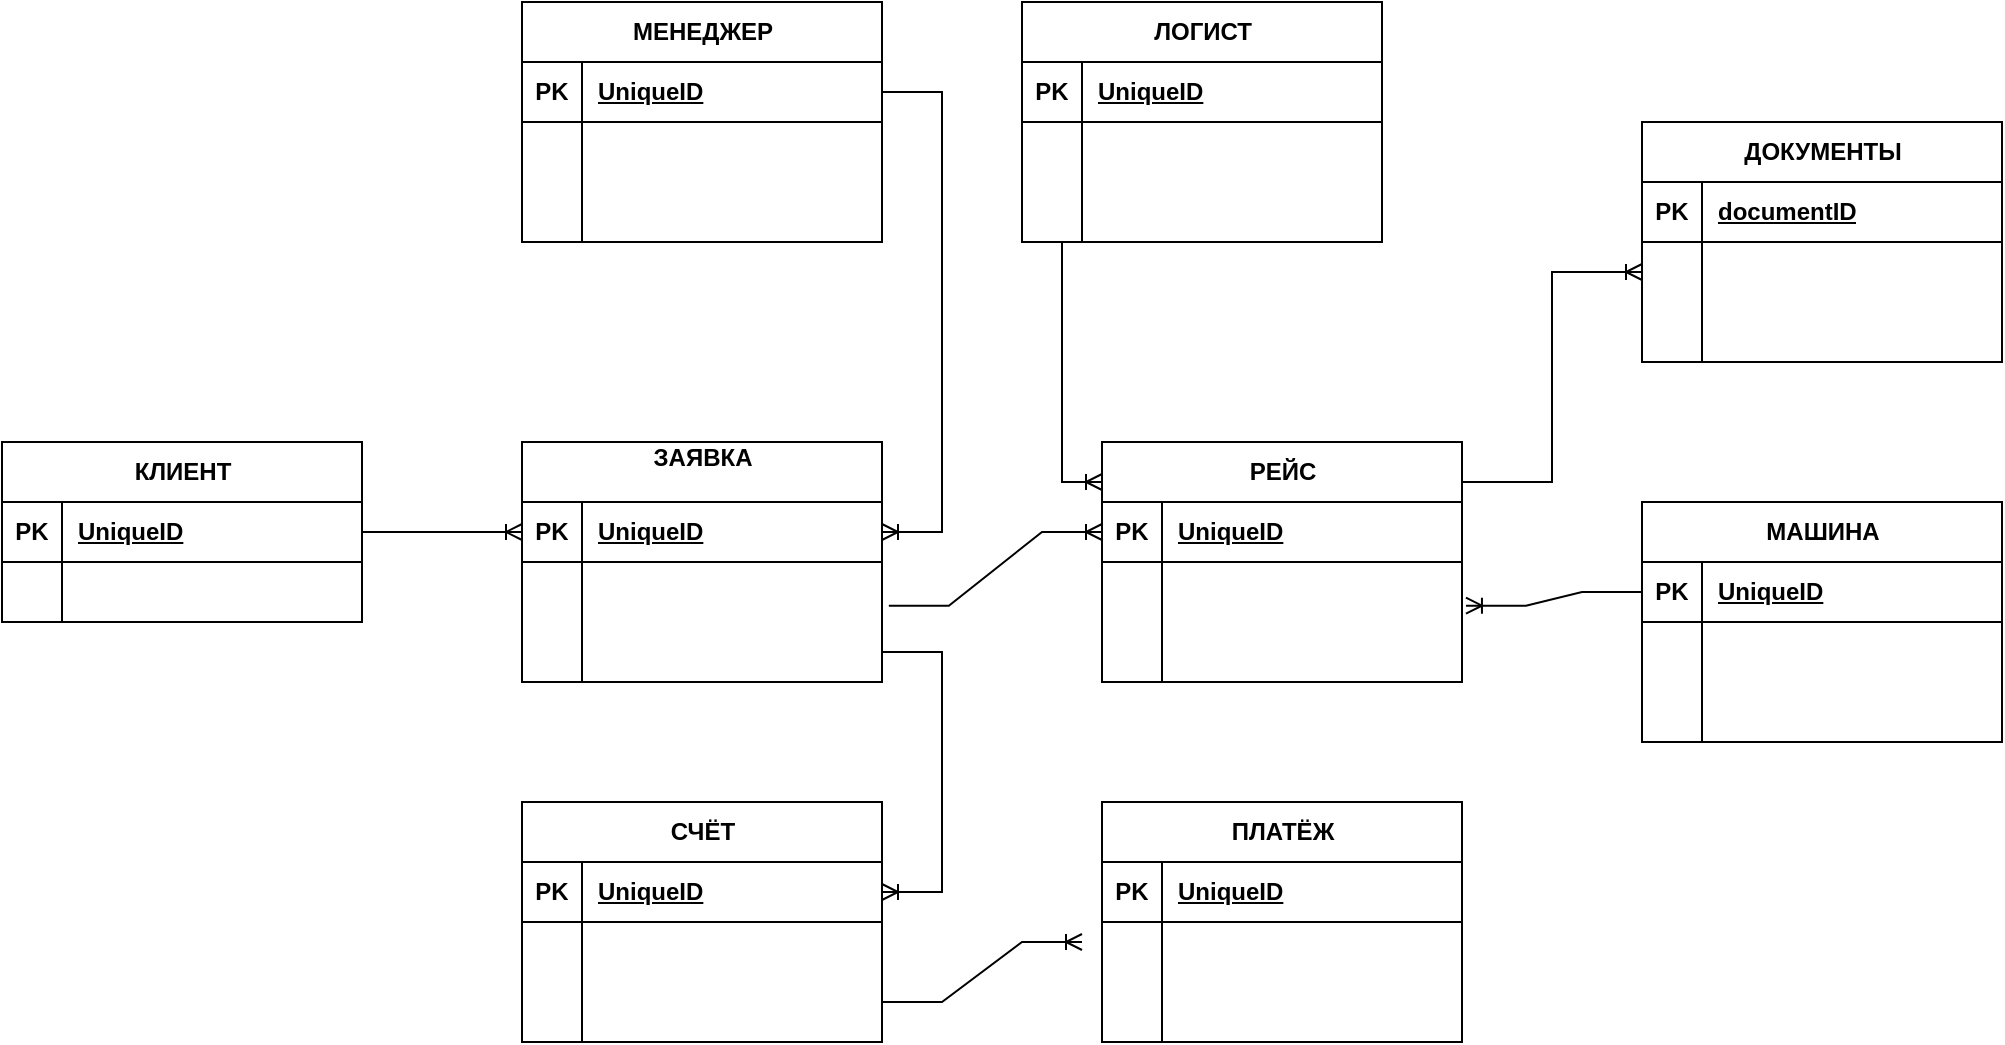
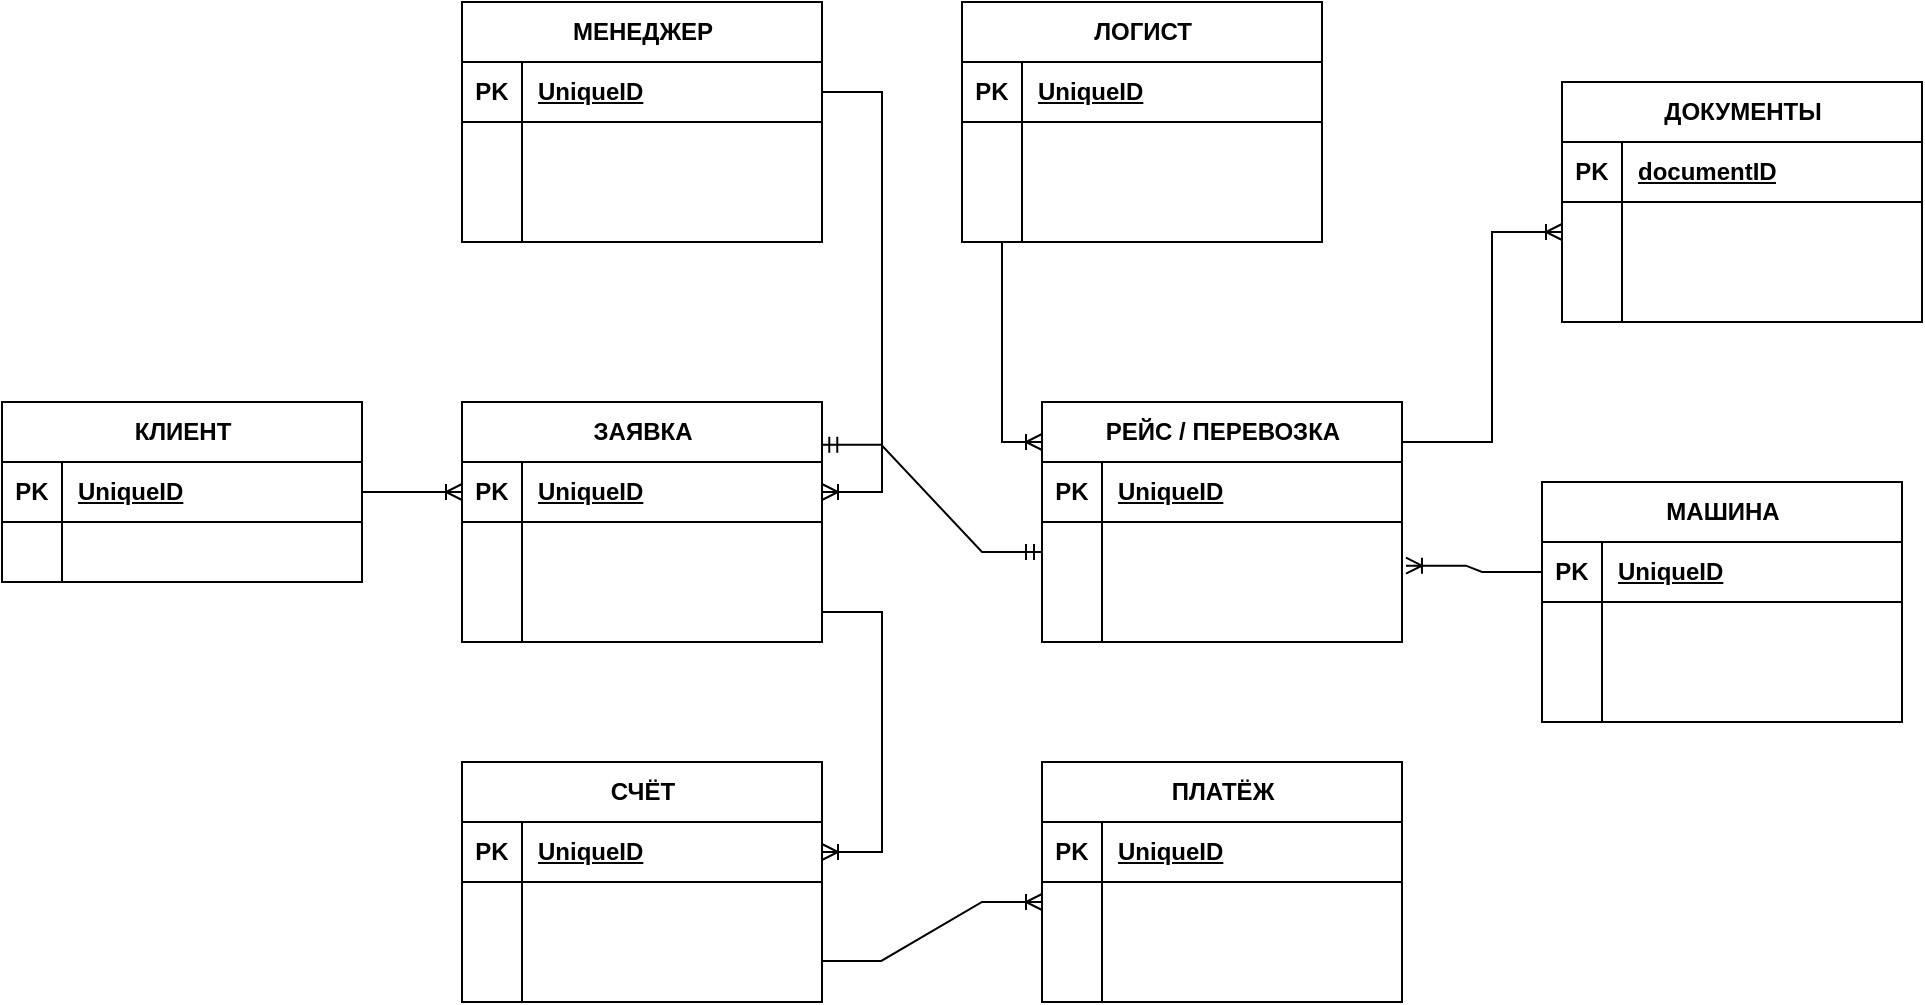
<mxfile host="app.diagrams.net" agent="Mozilla/5.0 (Windows NT 10.0; Win64; x64) AppleWebKit/537.36 (KHTML, like Gecko) Chrome/147.0.0.0 Safari/537.36">
  <diagram id="R2lEEEUBdFMjLlhIrx00" name="Page-1">
-     <mxGraphModel dx="1979" dy="2050" grid="1" gridSize="10" guides="1" tooltips="1" connect="1" arrows="1" fold="1" page="1" pageScale="1" pageWidth="850" pageHeight="1100" math="0" shadow="0" extFonts="Permanent Marker^https://fonts.googleapis.com/css?family=Permanent+Marker">
+     <mxGraphModel dx="1619" dy="777" grid="1" gridSize="10" guides="1" tooltips="1" connect="1" arrows="1" fold="1" page="1" pageScale="1" pageWidth="850" pageHeight="1100" math="0" shadow="0" extFonts="Permanent Marker^https://fonts.googleapis.com/css?family=Permanent+Marker">
      <root>
        <mxCell id="0" />
        <mxCell id="1" parent="0" />
        <mxCell id="3OCup9Mj8i4Q2o5QPUCX-1" parent="1" style="shape=table;startSize=30;container=1;collapsible=1;childLayout=tableLayout;fixedRows=1;rowLines=0;fontStyle=1;align=center;resizeLast=1;html=1;" value="КЛИЕНТ" vertex="1">
-           <mxGeometry height="90" width="180" x="520" y="200" as="geometry" />
+           <mxGeometry height="90" width="180" x="550" y="220" as="geometry" />
        </mxCell>
        <mxCell id="3OCup9Mj8i4Q2o5QPUCX-2" parent="3OCup9Mj8i4Q2o5QPUCX-1" style="shape=tableRow;horizontal=0;startSize=0;swimlaneHead=0;swimlaneBody=0;fillColor=none;collapsible=0;dropTarget=0;points=[[0,0.5],[1,0.5]];portConstraint=eastwest;top=0;left=0;right=0;bottom=1;" value="" vertex="1">
          <mxGeometry height="30" width="180" y="30" as="geometry" />
        </mxCell>
        <mxCell id="3OCup9Mj8i4Q2o5QPUCX-3" parent="3OCup9Mj8i4Q2o5QPUCX-2" style="shape=partialRectangle;connectable=0;fillColor=none;top=0;left=0;bottom=0;right=0;fontStyle=1;overflow=hidden;whiteSpace=wrap;html=1;" value="PK" vertex="1">
          <mxGeometry height="30" width="30" as="geometry">
            <mxRectangle height="30" width="30" as="alternateBounds" />
          </mxGeometry>
        </mxCell>
        <mxCell id="3OCup9Mj8i4Q2o5QPUCX-4" parent="3OCup9Mj8i4Q2o5QPUCX-2" style="shape=partialRectangle;connectable=0;fillColor=none;top=0;left=0;bottom=0;right=0;align=left;spacingLeft=6;fontStyle=5;overflow=hidden;whiteSpace=wrap;html=1;" value="UniqueID" vertex="1">
          <mxGeometry height="30" width="150" x="30" as="geometry">
            <mxRectangle height="30" width="150" as="alternateBounds" />
          </mxGeometry>
        </mxCell>
        <mxCell id="3OCup9Mj8i4Q2o5QPUCX-5" parent="3OCup9Mj8i4Q2o5QPUCX-1" style="shape=tableRow;horizontal=0;startSize=0;swimlaneHead=0;swimlaneBody=0;fillColor=none;collapsible=0;dropTarget=0;points=[[0,0.5],[1,0.5]];portConstraint=eastwest;top=0;left=0;right=0;bottom=0;" value="" vertex="1">
          <mxGeometry height="30" width="180" y="60" as="geometry" />
        </mxCell>
        <mxCell id="3OCup9Mj8i4Q2o5QPUCX-6" parent="3OCup9Mj8i4Q2o5QPUCX-5" style="shape=partialRectangle;connectable=0;fillColor=none;top=0;left=0;bottom=0;right=0;editable=1;overflow=hidden;whiteSpace=wrap;html=1;" value="" vertex="1">
          <mxGeometry height="30" width="30" as="geometry">
            <mxRectangle height="30" width="30" as="alternateBounds" />
          </mxGeometry>
        </mxCell>
        <mxCell id="3OCup9Mj8i4Q2o5QPUCX-7" parent="3OCup9Mj8i4Q2o5QPUCX-5" style="shape=partialRectangle;connectable=0;fillColor=none;top=0;left=0;bottom=0;right=0;align=left;spacingLeft=6;overflow=hidden;whiteSpace=wrap;html=1;" value="" vertex="1">
          <mxGeometry height="30" width="150" x="30" as="geometry">
            <mxRectangle height="30" width="150" as="alternateBounds" />
          </mxGeometry>
        </mxCell>
-         <mxCell id="3OCup9Mj8i4Q2o5QPUCX-14" parent="1" style="shape=table;startSize=30;container=1;collapsible=1;childLayout=tableLayout;fixedRows=1;rowLines=0;fontStyle=1;align=center;resizeLast=1;html=1;" value="ЗАЯВКА&lt;div&gt;&lt;br&gt;&lt;/div&gt;" vertex="1">
-           <mxGeometry height="120" width="180" x="780" y="200" as="geometry" />
+         <mxCell id="3OCup9Mj8i4Q2o5QPUCX-14" parent="1" style="shape=table;startSize=30;container=1;collapsible=1;childLayout=tableLayout;fixedRows=1;rowLines=0;fontStyle=1;align=center;resizeLast=1;html=1;" value="ЗАЯВКА" vertex="1">
+           <mxGeometry height="120" width="180" x="780" y="220" as="geometry" />
        </mxCell>
        <mxCell id="3OCup9Mj8i4Q2o5QPUCX-15" parent="3OCup9Mj8i4Q2o5QPUCX-14" style="shape=tableRow;horizontal=0;startSize=0;swimlaneHead=0;swimlaneBody=0;fillColor=none;collapsible=0;dropTarget=0;points=[[0,0.5],[1,0.5]];portConstraint=eastwest;top=0;left=0;right=0;bottom=1;" value="" vertex="1">
          <mxGeometry height="30" width="180" y="30" as="geometry" />
        </mxCell>
        <mxCell id="3OCup9Mj8i4Q2o5QPUCX-16" parent="3OCup9Mj8i4Q2o5QPUCX-15" style="shape=partialRectangle;connectable=0;fillColor=none;top=0;left=0;bottom=0;right=0;fontStyle=1;overflow=hidden;whiteSpace=wrap;html=1;" value="PK" vertex="1">
          <mxGeometry height="30" width="30" as="geometry">
            <mxRectangle height="30" width="30" as="alternateBounds" />
          </mxGeometry>
        </mxCell>
        <mxCell id="3OCup9Mj8i4Q2o5QPUCX-17" parent="3OCup9Mj8i4Q2o5QPUCX-15" style="shape=partialRectangle;connectable=0;fillColor=none;top=0;left=0;bottom=0;right=0;align=left;spacingLeft=6;fontStyle=5;overflow=hidden;whiteSpace=wrap;html=1;" value="UniqueID" vertex="1">
          <mxGeometry height="30" width="150" x="30" as="geometry">
            <mxRectangle height="30" width="150" as="alternateBounds" />
          </mxGeometry>
        </mxCell>
        <mxCell id="3OCup9Mj8i4Q2o5QPUCX-18" parent="3OCup9Mj8i4Q2o5QPUCX-14" style="shape=tableRow;horizontal=0;startSize=0;swimlaneHead=0;swimlaneBody=0;fillColor=none;collapsible=0;dropTarget=0;points=[[0,0.5],[1,0.5]];portConstraint=eastwest;top=0;left=0;right=0;bottom=0;" value="" vertex="1">
          <mxGeometry height="30" width="180" y="60" as="geometry" />
        </mxCell>
        <mxCell id="3OCup9Mj8i4Q2o5QPUCX-19" parent="3OCup9Mj8i4Q2o5QPUCX-18" style="shape=partialRectangle;connectable=0;fillColor=none;top=0;left=0;bottom=0;right=0;editable=1;overflow=hidden;whiteSpace=wrap;html=1;" value="" vertex="1">
          <mxGeometry height="30" width="30" as="geometry">
            <mxRectangle height="30" width="30" as="alternateBounds" />
          </mxGeometry>
        </mxCell>
        <mxCell id="3OCup9Mj8i4Q2o5QPUCX-20" parent="3OCup9Mj8i4Q2o5QPUCX-18" style="shape=partialRectangle;connectable=0;fillColor=none;top=0;left=0;bottom=0;right=0;align=left;spacingLeft=6;overflow=hidden;whiteSpace=wrap;html=1;" value="" vertex="1">
          <mxGeometry height="30" width="150" x="30" as="geometry">
            <mxRectangle height="30" width="150" as="alternateBounds" />
          </mxGeometry>
        </mxCell>
        <mxCell id="3OCup9Mj8i4Q2o5QPUCX-24" parent="3OCup9Mj8i4Q2o5QPUCX-14" style="shape=tableRow;horizontal=0;startSize=0;swimlaneHead=0;swimlaneBody=0;fillColor=none;collapsible=0;dropTarget=0;points=[[0,0.5],[1,0.5]];portConstraint=eastwest;top=0;left=0;right=0;bottom=0;" value="" vertex="1">
          <mxGeometry height="30" width="180" y="90" as="geometry" />
        </mxCell>
        <mxCell id="3OCup9Mj8i4Q2o5QPUCX-25" parent="3OCup9Mj8i4Q2o5QPUCX-24" style="shape=partialRectangle;connectable=0;fillColor=none;top=0;left=0;bottom=0;right=0;editable=1;overflow=hidden;whiteSpace=wrap;html=1;" value="" vertex="1">
          <mxGeometry height="30" width="30" as="geometry">
            <mxRectangle height="30" width="30" as="alternateBounds" />
          </mxGeometry>
        </mxCell>
        <mxCell id="3OCup9Mj8i4Q2o5QPUCX-26" parent="3OCup9Mj8i4Q2o5QPUCX-24" style="shape=partialRectangle;connectable=0;fillColor=none;top=0;left=0;bottom=0;right=0;align=left;spacingLeft=6;overflow=hidden;whiteSpace=wrap;html=1;" value="" vertex="1">
          <mxGeometry height="30" width="150" x="30" as="geometry">
            <mxRectangle height="30" width="150" as="alternateBounds" />
          </mxGeometry>
        </mxCell>
        <mxCell id="3OCup9Mj8i4Q2o5QPUCX-27" parent="1" style="shape=table;startSize=30;container=1;collapsible=1;childLayout=tableLayout;fixedRows=1;rowLines=0;fontStyle=1;align=center;resizeLast=1;html=1;" value="СЧЁТ" vertex="1">
-           <mxGeometry height="120" width="180" x="780" y="380" as="geometry" />
+           <mxGeometry height="120" width="180" x="780" y="400" as="geometry" />
        </mxCell>
        <mxCell id="3OCup9Mj8i4Q2o5QPUCX-28" parent="3OCup9Mj8i4Q2o5QPUCX-27" style="shape=tableRow;horizontal=0;startSize=0;swimlaneHead=0;swimlaneBody=0;fillColor=none;collapsible=0;dropTarget=0;points=[[0,0.5],[1,0.5]];portConstraint=eastwest;top=0;left=0;right=0;bottom=1;" value="" vertex="1">
          <mxGeometry height="30" width="180" y="30" as="geometry" />
        </mxCell>
        <mxCell id="3OCup9Mj8i4Q2o5QPUCX-29" parent="3OCup9Mj8i4Q2o5QPUCX-28" style="shape=partialRectangle;connectable=0;fillColor=none;top=0;left=0;bottom=0;right=0;fontStyle=1;overflow=hidden;whiteSpace=wrap;html=1;" value="PK" vertex="1">
          <mxGeometry height="30" width="30" as="geometry">
            <mxRectangle height="30" width="30" as="alternateBounds" />
          </mxGeometry>
        </mxCell>
        <mxCell id="3OCup9Mj8i4Q2o5QPUCX-30" parent="3OCup9Mj8i4Q2o5QPUCX-28" style="shape=partialRectangle;connectable=0;fillColor=none;top=0;left=0;bottom=0;right=0;align=left;spacingLeft=6;fontStyle=5;overflow=hidden;whiteSpace=wrap;html=1;" value="UniqueID" vertex="1">
          <mxGeometry height="30" width="150" x="30" as="geometry">
            <mxRectangle height="30" width="150" as="alternateBounds" />
          </mxGeometry>
        </mxCell>
        <mxCell id="3OCup9Mj8i4Q2o5QPUCX-31" parent="3OCup9Mj8i4Q2o5QPUCX-27" style="shape=tableRow;horizontal=0;startSize=0;swimlaneHead=0;swimlaneBody=0;fillColor=none;collapsible=0;dropTarget=0;points=[[0,0.5],[1,0.5]];portConstraint=eastwest;top=0;left=0;right=0;bottom=0;" value="" vertex="1">
          <mxGeometry height="30" width="180" y="60" as="geometry" />
        </mxCell>
        <mxCell id="3OCup9Mj8i4Q2o5QPUCX-32" parent="3OCup9Mj8i4Q2o5QPUCX-31" style="shape=partialRectangle;connectable=0;fillColor=none;top=0;left=0;bottom=0;right=0;editable=1;overflow=hidden;whiteSpace=wrap;html=1;" value="" vertex="1">
          <mxGeometry height="30" width="30" as="geometry">
            <mxRectangle height="30" width="30" as="alternateBounds" />
          </mxGeometry>
        </mxCell>
        <mxCell id="3OCup9Mj8i4Q2o5QPUCX-33" parent="3OCup9Mj8i4Q2o5QPUCX-31" style="shape=partialRectangle;connectable=0;fillColor=none;top=0;left=0;bottom=0;right=0;align=left;spacingLeft=6;overflow=hidden;whiteSpace=wrap;html=1;" value="" vertex="1">
          <mxGeometry height="30" width="150" x="30" as="geometry">
            <mxRectangle height="30" width="150" as="alternateBounds" />
          </mxGeometry>
        </mxCell>
        <mxCell id="3OCup9Mj8i4Q2o5QPUCX-34" parent="3OCup9Mj8i4Q2o5QPUCX-27" style="shape=tableRow;horizontal=0;startSize=0;swimlaneHead=0;swimlaneBody=0;fillColor=none;collapsible=0;dropTarget=0;points=[[0,0.5],[1,0.5]];portConstraint=eastwest;top=0;left=0;right=0;bottom=0;" value="" vertex="1">
          <mxGeometry height="30" width="180" y="90" as="geometry" />
        </mxCell>
        <mxCell id="3OCup9Mj8i4Q2o5QPUCX-35" parent="3OCup9Mj8i4Q2o5QPUCX-34" style="shape=partialRectangle;connectable=0;fillColor=none;top=0;left=0;bottom=0;right=0;editable=1;overflow=hidden;whiteSpace=wrap;html=1;" value="" vertex="1">
          <mxGeometry height="30" width="30" as="geometry">
            <mxRectangle height="30" width="30" as="alternateBounds" />
          </mxGeometry>
        </mxCell>
        <mxCell id="3OCup9Mj8i4Q2o5QPUCX-36" parent="3OCup9Mj8i4Q2o5QPUCX-34" style="shape=partialRectangle;connectable=0;fillColor=none;top=0;left=0;bottom=0;right=0;align=left;spacingLeft=6;overflow=hidden;whiteSpace=wrap;html=1;" value="" vertex="1">
          <mxGeometry height="30" width="150" x="30" as="geometry">
            <mxRectangle height="30" width="150" as="alternateBounds" />
          </mxGeometry>
        </mxCell>
-         <mxCell id="3OCup9Mj8i4Q2o5QPUCX-40" parent="1" style="shape=table;startSize=30;container=1;collapsible=1;childLayout=tableLayout;fixedRows=1;rowLines=0;fontStyle=1;align=center;resizeLast=1;html=1;" value="РЕЙС&lt;span style=&quot;color: rgba(0, 0, 0, 0); font-family: monospace; font-size: 0px; font-weight: 400; text-align: start;&quot;&gt;%3CmxGraphModel%3E%3Croot%3E%3CmxCell%20id%3D%220%22%2F%3E%3CmxCell%20id%3D%221%22%20parent%3D%220%22%2F%3E%3CmxCell%20id%3D%222%22%20parent%3D%221%22%20style%3D%22shape%3Dtable%3BstartSize%3D30%3Bcontainer%3D1%3Bcollapsible%3D1%3BchildLayout%3DtableLayout%3BfixedRows%3D1%3BrowLines%3D0%3BfontStyle%3D1%3Balign%3Dcenter%3BresizeLast%3D1%3Bhtml%3D1%3B%22%20value%3D%22%D0%9A%D0%9B%D0%98%D0%95%D0%9D%D0%A2%22%20vertex%3D%221%22%3E%3CmxGeometry%20height%3D%22150%22%20width%3D%22180%22%20x%3D%2270%22%20y%3D%22410%22%20as%3D%22geometry%22%2F%3E%3C%2FmxCell%3E%3CmxCell%20id%3D%223%22%20parent%3D%222%22%20style%3D%22shape%3DtableRow%3Bhorizontal%3D0%3BstartSize%3D0%3BswimlaneHead%3D0%3BswimlaneBody%3D0%3BfillColor%3Dnone%3Bcollapsible%3D0%3BdropTarget%3D0%3Bpoints%3D%5B%5B0%2C0.5%5D%2C%5B1%2C0.5%5D%5D%3BportConstraint%3Deastwest%3Btop%3D0%3Bleft%3D0%3Bright%3D0%3Bbottom%3D1%3B%22%20value%3D%22%22%20vertex%3D%221%22%3E%3CmxGeometry%20height%3D%2230%22%20width%3D%22180%22%20y%3D%2230%22%20as%3D%22geometry%22%2F%3E%3C%2FmxCell%3E%3CmxCell%20id%3D%224%22%20parent%3D%223%22%20style%3D%22shape%3DpartialRectangle%3Bconnectable%3D0%3BfillColor%3Dnone%3Btop%3D0%3Bleft%3D0%3Bbottom%3D0%3Bright%3D0%3BfontStyle%3D1%3Boverflow%3Dhidden%3BwhiteSpace%3Dwrap%3Bhtml%3D1%3B%22%20value%3D%22PK%22%20vertex%3D%221%22%3E%3CmxGeometry%20height%3D%2230%22%20width%3D%2230%22%20as%3D%22geometry%22%3E%3CmxRectangle%20height%3D%2230%22%20width%3D%2230%22%20as%3D%22alternateBounds%22%2F%3E%3C%2FmxGeometry%3E%3C%2FmxCell%3E%3CmxCell%20id%3D%225%22%20parent%3D%223%22%20style%3D%22shape%3DpartialRectangle%3Bconnectable%3D0%3BfillColor%3Dnone%3Btop%3D0%3Bleft%3D0%3Bbottom%3D0%3Bright%3D0%3Balign%3Dleft%3BspacingLeft%3D6%3BfontStyle%3D5%3Boverflow%3Dhidden%3BwhiteSpace%3Dwrap%3Bhtml%3D1%3B%22%20value%3D%22UniqueID%22%20vertex%3D%221%22%3E%3CmxGeometry%20height%3D%2230%22%20width%3D%22150%22%20x%3D%2230%22%20as%3D%22geometry%22%3E%3CmxRectangle%20height%3D%2230%22%20width%3D%22150%22%20as%3D%22alternateBounds%22%2F%3E%3C%2FmxGeometry%3E%3C%2FmxCell%3E%3CmxCell%20id%3D%226%22%20parent%3D%222%22%20style%3D%22shape%3DtableRow%3Bhorizontal%3D0%3BstartSize%3D0%3BswimlaneHead%3D0%3BswimlaneBody%3D0%3BfillColor%3Dnone%3Bcollapsible%3D0%3BdropTarget%3D0%3Bpoints%3D%5B%5B0%2C0.5%5D%2C%5B1%2C0.5%5D%5D%3BportConstraint%3Deastwest%3Btop%3D0%3Bleft%3D0%3Bright%3D0%3Bbottom%3D0%3B%22%20value%3D%22%22%20vertex%3D%221%22%3E%3CmxGeometry%20height%3D%2230%22%20width%3D%22180%22%20y%3D%2260%22%20as%3D%22geometry%22%2F%3E%3C%2FmxCell%3E%3CmxCell%20id%3D%227%22%20parent%3D%226%22%20style%3D%22shape%3DpartialRectangle%3Bconnectable%3D0%3BfillColor%3Dnone%3Btop%3D0%3Bleft%3D0%3Bbottom%3D0%3Bright%3D0%3Beditable%3D1%3Boverflow%3Dhidden%3BwhiteSpace%3Dwrap%3Bhtml%3D1%3B%22%20value%3D%22%22%20vertex%3D%221%22%3E%3CmxGeometry%20height%3D%2230%22%20width%3D%2230%22%20as%3D%22geometry%22%3E%3CmxRectangle%20height%3D%2230%22%20width%3D%2230%22%20as%3D%22alternateBounds%22%2F%3E%3C%2FmxGeometry%3E%3C%2FmxCell%3E%3CmxCell%20id%3D%228%22%20parent%3D%226%22%20style%3D%22shape%3DpartialRectangle%3Bconnectable%3D0%3BfillColor%3Dnone%3Btop%3D0%3Bleft%3D0%3Bbottom%3D0%3Bright%3D0%3Balign%3Dleft%3BspacingLeft%3D6%3Boverflow%3Dhidden%3BwhiteSpace%3Dwrap%3Bhtml%3D1%3B%22%20value%3D%22Row%201%22%20vertex%3D%221%22%3E%3CmxGeometry%20height%3D%2230%22%20width%3D%22150%22%20x%3D%2230%22%20as%3D%22geometry%22%3E%3CmxRectangle%20height%3D%2230%22%20width%3D%22150%22%20as%3D%22alternateBounds%22%2F%3E%3C%2FmxGeometry%3E%3C%2FmxCell%3E%3CmxCell%20id%3D%229%22%20parent%3D%222%22%20style%3D%22shape%3DtableRow%3Bhorizontal%3D0%3BstartSize%3D0%3BswimlaneHead%3D0%3BswimlaneBody%3D0%3BfillColor%3Dnone%3Bcollapsible%3D0%3BdropTarget%3D0%3Bpoints%3D%5B%5B0%2C0.5%5D%2C%5B1%2C0.5%5D%5D%3BportConstraint%3Deastwest%3Btop%3D0%3Bleft%3D0%3Bright%3D0%3Bbottom%3D0%3B%22%20value%3D%22%22%20vertex%3D%221%22%3E%3CmxGeometry%20height%3D%2230%22%20width%3D%22180%22%20y%3D%2290%22%20as%3D%22geometry%22%2F%3E%3C%2FmxCell%3E%3CmxCell%20id%3D%2210%22%20parent%3D%229%22%20style%3D%22shape%3DpartialRectangle%3Bconnectable%3D0%3BfillColor%3Dnone%3Btop%3D0%3Bleft%3D0%3Bbottom%3D0%3Bright%3D0%3Beditable%3D1%3Boverflow%3Dhidden%3BwhiteSpace%3Dwrap%3Bhtml%3D1%3B%22%20value%3D%22%22%20vertex%3D%221%22%3E%3CmxGeometry%20height%3D%2230%22%20width%3D%2230%22%20as%3D%22geometry%22%3E%3CmxRectangle%20height%3D%2230%22%20width%3D%2230%22%20as%3D%22alternateBounds%22%2F%3E%3C%2FmxGeometry%3E%3C%2FmxCell%3E%3CmxCell%20id%3D%2211%22%20parent%3D%229%22%20style%3D%22shape%3DpartialRectangle%3Bconnectable%3D0%3BfillColor%3Dnone%3Btop%3D0%3Bleft%3D0%3Bbottom%3D0%3Bright%3D0%3Balign%3Dleft%3BspacingLeft%3D6%3Boverflow%3Dhidden%3BwhiteSpace%3Dwrap%3Bhtml%3D1%3B%22%20value%3D%22Row%202%22%20vertex%3D%221%22%3E%3CmxGeometry%20height%3D%2230%22%20width%3D%22150%22%20x%3D%2230%22%20as%3D%22geometry%22%3E%3CmxRectangle%20height%3D%2230%22%20width%3D%22150%22%20as%3D%22alternateBounds%22%2F%3E%3C%2FmxGeometry%3E%3C%2FmxCell%3E%3CmxCell%20id%3D%2212%22%20parent%3D%222%22%20style%3D%22shape%3DtableRow%3Bhorizontal%3D0%3BstartSize%3D0%3BswimlaneHead%3D0%3BswimlaneBody%3D0%3BfillColor%3Dnone%3Bcollapsible%3D0%3BdropTarget%3D0%3Bpoints%3D%5B%5B0%2C0.5%5D%2C%5B1%2C0.5%5D%5D%3BportConstraint%3Deastwest%3Btop%3D0%3Bleft%3D0%3Bright%3D0%3Bbottom%3D0%3B%22%20value%3D%22%22%20vertex%3D%221%22%3E%3CmxGeometry%20height%3D%2230%22%20width%3D%22180%22%20y%3D%22120%22%20as%3D%22geometry%22%2F%3E%3C%2FmxCell%3E%3CmxCell%20id%3D%2213%22%20parent%3D%2212%22%20style%3D%22shape%3DpartialRectangle%3Bconnectable%3D0%3BfillColor%3Dnone%3Btop%3D0%3Bleft%3D0%3Bbottom%3D0%3Bright%3D0%3Beditable%3D1%3Boverflow%3Dhidden%3BwhiteSpace%3Dwrap%3Bhtml%3D1%3B%22%20value%3D%22%22%20vertex%3D%221%22%3E%3CmxGeometry%20height%3D%2230%22%20width%3D%2230%22%20as%3D%22geometry%22%3E%3CmxRectangle%20height%3D%2230%22%20width%3D%2230%22%20as%3D%22alternateBounds%22%2F%3E%3C%2FmxGeometry%3E%3C%2FmxCell%3E%3CmxCell%20id%3D%2214%22%20parent%3D%2212%22%20style%3D%22shape%3DpartialRectangle%3Bconnectable%3D0%3BfillColor%3Dnone%3Btop%3D0%3Bleft%3D0%3Bbottom%3D0%3Bright%3D0%3Balign%3Dleft%3BspacingLeft%3D6%3Boverflow%3Dhidden%3BwhiteSpace%3Dwrap%3Bhtml%3D1%3B%22%20value%3D%22Row%203%22%20vertex%3D%221%22%3E%3CmxGeometry%20height%3D%2230%22%20width%3D%22150%22%20x%3D%2230%22%20as%3D%22geometry%22%3E%3CmxRectangle%20height%3D%2230%22%20width%3D%22150%22%20as%3D%22alternateBounds%22%2F%3E%3C%2FmxGeometry%3E%3C%2FmxCell%3E%3C%2Froot%3E%3C%2FmxGraphModel%3E&lt;/span&gt;" vertex="1">
-           <mxGeometry height="120" width="180" x="1070" y="200" as="geometry" />
+         <mxCell id="3OCup9Mj8i4Q2o5QPUCX-40" parent="1" style="shape=table;startSize=30;container=1;collapsible=1;childLayout=tableLayout;fixedRows=1;rowLines=0;fontStyle=1;align=center;resizeLast=1;html=1;" value="РЕЙС / ПЕРЕВОЗКА" vertex="1">
+           <mxGeometry height="120" width="180" x="1070" y="220" as="geometry" />
        </mxCell>
        <mxCell id="3OCup9Mj8i4Q2o5QPUCX-41" parent="3OCup9Mj8i4Q2o5QPUCX-40" style="shape=tableRow;horizontal=0;startSize=0;swimlaneHead=0;swimlaneBody=0;fillColor=none;collapsible=0;dropTarget=0;points=[[0,0.5],[1,0.5]];portConstraint=eastwest;top=0;left=0;right=0;bottom=1;" value="" vertex="1">
          <mxGeometry height="30" width="180" y="30" as="geometry" />
        </mxCell>
        <mxCell id="3OCup9Mj8i4Q2o5QPUCX-42" parent="3OCup9Mj8i4Q2o5QPUCX-41" style="shape=partialRectangle;connectable=0;fillColor=none;top=0;left=0;bottom=0;right=0;fontStyle=1;overflow=hidden;whiteSpace=wrap;html=1;" value="PK" vertex="1">
          <mxGeometry height="30" width="30" as="geometry">
            <mxRectangle height="30" width="30" as="alternateBounds" />
          </mxGeometry>
        </mxCell>
        <mxCell id="3OCup9Mj8i4Q2o5QPUCX-43" parent="3OCup9Mj8i4Q2o5QPUCX-41" style="shape=partialRectangle;connectable=0;fillColor=none;top=0;left=0;bottom=0;right=0;align=left;spacingLeft=6;fontStyle=5;overflow=hidden;whiteSpace=wrap;html=1;" value="UniqueID" vertex="1">
          <mxGeometry height="30" width="150" x="30" as="geometry">
            <mxRectangle height="30" width="150" as="alternateBounds" />
          </mxGeometry>
        </mxCell>
        <mxCell id="3OCup9Mj8i4Q2o5QPUCX-44" parent="3OCup9Mj8i4Q2o5QPUCX-40" style="shape=tableRow;horizontal=0;startSize=0;swimlaneHead=0;swimlaneBody=0;fillColor=none;collapsible=0;dropTarget=0;points=[[0,0.5],[1,0.5]];portConstraint=eastwest;top=0;left=0;right=0;bottom=0;" value="" vertex="1">
          <mxGeometry height="30" width="180" y="60" as="geometry" />
        </mxCell>
        <mxCell id="3OCup9Mj8i4Q2o5QPUCX-45" parent="3OCup9Mj8i4Q2o5QPUCX-44" style="shape=partialRectangle;connectable=0;fillColor=none;top=0;left=0;bottom=0;right=0;editable=1;overflow=hidden;whiteSpace=wrap;html=1;" value="" vertex="1">
          <mxGeometry height="30" width="30" as="geometry">
            <mxRectangle height="30" width="30" as="alternateBounds" />
          </mxGeometry>
        </mxCell>
        <mxCell id="3OCup9Mj8i4Q2o5QPUCX-46" parent="3OCup9Mj8i4Q2o5QPUCX-44" style="shape=partialRectangle;connectable=0;fillColor=none;top=0;left=0;bottom=0;right=0;align=left;spacingLeft=6;overflow=hidden;whiteSpace=wrap;html=1;" value="" vertex="1">
          <mxGeometry height="30" width="150" x="30" as="geometry">
            <mxRectangle height="30" width="150" as="alternateBounds" />
          </mxGeometry>
        </mxCell>
        <mxCell id="3OCup9Mj8i4Q2o5QPUCX-47" parent="3OCup9Mj8i4Q2o5QPUCX-40" style="shape=tableRow;horizontal=0;startSize=0;swimlaneHead=0;swimlaneBody=0;fillColor=none;collapsible=0;dropTarget=0;points=[[0,0.5],[1,0.5]];portConstraint=eastwest;top=0;left=0;right=0;bottom=0;" value="" vertex="1">
          <mxGeometry height="30" width="180" y="90" as="geometry" />
        </mxCell>
        <mxCell id="3OCup9Mj8i4Q2o5QPUCX-48" parent="3OCup9Mj8i4Q2o5QPUCX-47" style="shape=partialRectangle;connectable=0;fillColor=none;top=0;left=0;bottom=0;right=0;editable=1;overflow=hidden;whiteSpace=wrap;html=1;" value="" vertex="1">
          <mxGeometry height="30" width="30" as="geometry">
            <mxRectangle height="30" width="30" as="alternateBounds" />
          </mxGeometry>
        </mxCell>
        <mxCell id="3OCup9Mj8i4Q2o5QPUCX-49" parent="3OCup9Mj8i4Q2o5QPUCX-47" style="shape=partialRectangle;connectable=0;fillColor=none;top=0;left=0;bottom=0;right=0;align=left;spacingLeft=6;overflow=hidden;whiteSpace=wrap;html=1;" value="" vertex="1">
          <mxGeometry height="30" width="150" x="30" as="geometry">
            <mxRectangle height="30" width="150" as="alternateBounds" />
          </mxGeometry>
        </mxCell>
        <mxCell id="3OCup9Mj8i4Q2o5QPUCX-53" parent="1" style="shape=table;startSize=30;container=1;collapsible=1;childLayout=tableLayout;fixedRows=1;rowLines=0;fontStyle=1;align=center;resizeLast=1;html=1;" value="МАШИНА" vertex="1">
-           <mxGeometry height="120" width="180" x="1340" y="230" as="geometry" />
+           <mxGeometry height="120" width="180" x="1320" y="260" as="geometry" />
        </mxCell>
        <mxCell id="3OCup9Mj8i4Q2o5QPUCX-54" parent="3OCup9Mj8i4Q2o5QPUCX-53" style="shape=tableRow;horizontal=0;startSize=0;swimlaneHead=0;swimlaneBody=0;fillColor=none;collapsible=0;dropTarget=0;points=[[0,0.5],[1,0.5]];portConstraint=eastwest;top=0;left=0;right=0;bottom=1;" value="" vertex="1">
          <mxGeometry height="30" width="180" y="30" as="geometry" />
        </mxCell>
        <mxCell id="3OCup9Mj8i4Q2o5QPUCX-55" parent="3OCup9Mj8i4Q2o5QPUCX-54" style="shape=partialRectangle;connectable=0;fillColor=none;top=0;left=0;bottom=0;right=0;fontStyle=1;overflow=hidden;whiteSpace=wrap;html=1;" value="PK" vertex="1">
          <mxGeometry height="30" width="30" as="geometry">
            <mxRectangle height="30" width="30" as="alternateBounds" />
          </mxGeometry>
        </mxCell>
        <mxCell id="3OCup9Mj8i4Q2o5QPUCX-56" parent="3OCup9Mj8i4Q2o5QPUCX-54" style="shape=partialRectangle;connectable=0;fillColor=none;top=0;left=0;bottom=0;right=0;align=left;spacingLeft=6;fontStyle=5;overflow=hidden;whiteSpace=wrap;html=1;" value="UniqueID" vertex="1">
          <mxGeometry height="30" width="150" x="30" as="geometry">
            <mxRectangle height="30" width="150" as="alternateBounds" />
          </mxGeometry>
        </mxCell>
        <mxCell id="3OCup9Mj8i4Q2o5QPUCX-57" parent="3OCup9Mj8i4Q2o5QPUCX-53" style="shape=tableRow;horizontal=0;startSize=0;swimlaneHead=0;swimlaneBody=0;fillColor=none;collapsible=0;dropTarget=0;points=[[0,0.5],[1,0.5]];portConstraint=eastwest;top=0;left=0;right=0;bottom=0;" value="" vertex="1">
          <mxGeometry height="30" width="180" y="60" as="geometry" />
        </mxCell>
        <mxCell id="3OCup9Mj8i4Q2o5QPUCX-58" parent="3OCup9Mj8i4Q2o5QPUCX-57" style="shape=partialRectangle;connectable=0;fillColor=none;top=0;left=0;bottom=0;right=0;editable=1;overflow=hidden;whiteSpace=wrap;html=1;" value="" vertex="1">
          <mxGeometry height="30" width="30" as="geometry">
            <mxRectangle height="30" width="30" as="alternateBounds" />
          </mxGeometry>
        </mxCell>
        <mxCell id="3OCup9Mj8i4Q2o5QPUCX-59" parent="3OCup9Mj8i4Q2o5QPUCX-57" style="shape=partialRectangle;connectable=0;fillColor=none;top=0;left=0;bottom=0;right=0;align=left;spacingLeft=6;overflow=hidden;whiteSpace=wrap;html=1;" value="" vertex="1">
          <mxGeometry height="30" width="150" x="30" as="geometry">
            <mxRectangle height="30" width="150" as="alternateBounds" />
          </mxGeometry>
        </mxCell>
        <mxCell id="3OCup9Mj8i4Q2o5QPUCX-60" parent="3OCup9Mj8i4Q2o5QPUCX-53" style="shape=tableRow;horizontal=0;startSize=0;swimlaneHead=0;swimlaneBody=0;fillColor=none;collapsible=0;dropTarget=0;points=[[0,0.5],[1,0.5]];portConstraint=eastwest;top=0;left=0;right=0;bottom=0;" value="" vertex="1">
          <mxGeometry height="30" width="180" y="90" as="geometry" />
        </mxCell>
        <mxCell id="3OCup9Mj8i4Q2o5QPUCX-61" parent="3OCup9Mj8i4Q2o5QPUCX-60" style="shape=partialRectangle;connectable=0;fillColor=none;top=0;left=0;bottom=0;right=0;editable=1;overflow=hidden;whiteSpace=wrap;html=1;" value="" vertex="1">
          <mxGeometry height="30" width="30" as="geometry">
            <mxRectangle height="30" width="30" as="alternateBounds" />
          </mxGeometry>
        </mxCell>
        <mxCell id="3OCup9Mj8i4Q2o5QPUCX-62" parent="3OCup9Mj8i4Q2o5QPUCX-60" style="shape=partialRectangle;connectable=0;fillColor=none;top=0;left=0;bottom=0;right=0;align=left;spacingLeft=6;overflow=hidden;whiteSpace=wrap;html=1;" value="" vertex="1">
          <mxGeometry height="30" width="150" x="30" as="geometry">
            <mxRectangle height="30" width="150" as="alternateBounds" />
          </mxGeometry>
        </mxCell>
        <mxCell id="3OCup9Mj8i4Q2o5QPUCX-66" parent="1" style="shape=table;startSize=30;container=1;collapsible=1;childLayout=tableLayout;fixedRows=1;rowLines=0;fontStyle=1;align=center;resizeLast=1;html=1;" value="МЕНЕДЖЕР" vertex="1">
-           <mxGeometry height="120" width="180" x="780" y="-20" as="geometry" />
+           <mxGeometry height="120" width="180" x="780" y="20" as="geometry" />
        </mxCell>
        <mxCell id="3OCup9Mj8i4Q2o5QPUCX-67" parent="3OCup9Mj8i4Q2o5QPUCX-66" style="shape=tableRow;horizontal=0;startSize=0;swimlaneHead=0;swimlaneBody=0;fillColor=none;collapsible=0;dropTarget=0;points=[[0,0.5],[1,0.5]];portConstraint=eastwest;top=0;left=0;right=0;bottom=1;" value="" vertex="1">
          <mxGeometry height="30" width="180" y="30" as="geometry" />
        </mxCell>
        <mxCell id="3OCup9Mj8i4Q2o5QPUCX-68" parent="3OCup9Mj8i4Q2o5QPUCX-67" style="shape=partialRectangle;connectable=0;fillColor=none;top=0;left=0;bottom=0;right=0;fontStyle=1;overflow=hidden;whiteSpace=wrap;html=1;" value="PK" vertex="1">
          <mxGeometry height="30" width="30" as="geometry">
            <mxRectangle height="30" width="30" as="alternateBounds" />
          </mxGeometry>
        </mxCell>
        <mxCell id="3OCup9Mj8i4Q2o5QPUCX-69" parent="3OCup9Mj8i4Q2o5QPUCX-67" style="shape=partialRectangle;connectable=0;fillColor=none;top=0;left=0;bottom=0;right=0;align=left;spacingLeft=6;fontStyle=5;overflow=hidden;whiteSpace=wrap;html=1;" value="UniqueID" vertex="1">
          <mxGeometry height="30" width="150" x="30" as="geometry">
            <mxRectangle height="30" width="150" as="alternateBounds" />
          </mxGeometry>
        </mxCell>
        <mxCell id="3OCup9Mj8i4Q2o5QPUCX-70" parent="3OCup9Mj8i4Q2o5QPUCX-66" style="shape=tableRow;horizontal=0;startSize=0;swimlaneHead=0;swimlaneBody=0;fillColor=none;collapsible=0;dropTarget=0;points=[[0,0.5],[1,0.5]];portConstraint=eastwest;top=0;left=0;right=0;bottom=0;" value="" vertex="1">
          <mxGeometry height="30" width="180" y="60" as="geometry" />
        </mxCell>
        <mxCell id="3OCup9Mj8i4Q2o5QPUCX-71" parent="3OCup9Mj8i4Q2o5QPUCX-70" style="shape=partialRectangle;connectable=0;fillColor=none;top=0;left=0;bottom=0;right=0;editable=1;overflow=hidden;whiteSpace=wrap;html=1;" value="" vertex="1">
          <mxGeometry height="30" width="30" as="geometry">
            <mxRectangle height="30" width="30" as="alternateBounds" />
          </mxGeometry>
        </mxCell>
        <mxCell id="3OCup9Mj8i4Q2o5QPUCX-72" parent="3OCup9Mj8i4Q2o5QPUCX-70" style="shape=partialRectangle;connectable=0;fillColor=none;top=0;left=0;bottom=0;right=0;align=left;spacingLeft=6;overflow=hidden;whiteSpace=wrap;html=1;" value="" vertex="1">
          <mxGeometry height="30" width="150" x="30" as="geometry">
            <mxRectangle height="30" width="150" as="alternateBounds" />
          </mxGeometry>
        </mxCell>
        <mxCell id="3OCup9Mj8i4Q2o5QPUCX-76" parent="3OCup9Mj8i4Q2o5QPUCX-66" style="shape=tableRow;horizontal=0;startSize=0;swimlaneHead=0;swimlaneBody=0;fillColor=none;collapsible=0;dropTarget=0;points=[[0,0.5],[1,0.5]];portConstraint=eastwest;top=0;left=0;right=0;bottom=0;" value="" vertex="1">
          <mxGeometry height="30" width="180" y="90" as="geometry" />
        </mxCell>
        <mxCell id="3OCup9Mj8i4Q2o5QPUCX-77" parent="3OCup9Mj8i4Q2o5QPUCX-76" style="shape=partialRectangle;connectable=0;fillColor=none;top=0;left=0;bottom=0;right=0;editable=1;overflow=hidden;whiteSpace=wrap;html=1;" value="" vertex="1">
          <mxGeometry height="30" width="30" as="geometry">
            <mxRectangle height="30" width="30" as="alternateBounds" />
          </mxGeometry>
        </mxCell>
        <mxCell id="3OCup9Mj8i4Q2o5QPUCX-78" parent="3OCup9Mj8i4Q2o5QPUCX-76" style="shape=partialRectangle;connectable=0;fillColor=none;top=0;left=0;bottom=0;right=0;align=left;spacingLeft=6;overflow=hidden;whiteSpace=wrap;html=1;" value="" vertex="1">
          <mxGeometry height="30" width="150" x="30" as="geometry">
            <mxRectangle height="30" width="150" as="alternateBounds" />
          </mxGeometry>
        </mxCell>
        <mxCell id="QxH2S9N-whfPdTWI1Ru4-2" parent="1" style="shape=table;startSize=30;container=1;collapsible=1;childLayout=tableLayout;fixedRows=1;rowLines=0;fontStyle=1;align=center;resizeLast=1;html=1;" value="ПЛАТЁЖ" vertex="1">
-           <mxGeometry height="120" width="180" x="1070" y="380" as="geometry" />
+           <mxGeometry height="120" width="180" x="1070" y="400" as="geometry" />
        </mxCell>
        <mxCell id="QxH2S9N-whfPdTWI1Ru4-3" parent="QxH2S9N-whfPdTWI1Ru4-2" style="shape=tableRow;horizontal=0;startSize=0;swimlaneHead=0;swimlaneBody=0;fillColor=none;collapsible=0;dropTarget=0;points=[[0,0.5],[1,0.5]];portConstraint=eastwest;top=0;left=0;right=0;bottom=1;" value="" vertex="1">
          <mxGeometry height="30" width="180" y="30" as="geometry" />
        </mxCell>
        <mxCell id="QxH2S9N-whfPdTWI1Ru4-4" parent="QxH2S9N-whfPdTWI1Ru4-3" style="shape=partialRectangle;connectable=0;fillColor=none;top=0;left=0;bottom=0;right=0;fontStyle=1;overflow=hidden;whiteSpace=wrap;html=1;" value="PK" vertex="1">
          <mxGeometry height="30" width="30" as="geometry">
            <mxRectangle height="30" width="30" as="alternateBounds" />
          </mxGeometry>
        </mxCell>
        <mxCell id="QxH2S9N-whfPdTWI1Ru4-5" parent="QxH2S9N-whfPdTWI1Ru4-3" style="shape=partialRectangle;connectable=0;fillColor=none;top=0;left=0;bottom=0;right=0;align=left;spacingLeft=6;fontStyle=5;overflow=hidden;whiteSpace=wrap;html=1;" value="UniqueID" vertex="1">
          <mxGeometry height="30" width="150" x="30" as="geometry">
            <mxRectangle height="30" width="150" as="alternateBounds" />
          </mxGeometry>
        </mxCell>
        <mxCell id="QxH2S9N-whfPdTWI1Ru4-6" parent="QxH2S9N-whfPdTWI1Ru4-2" style="shape=tableRow;horizontal=0;startSize=0;swimlaneHead=0;swimlaneBody=0;fillColor=none;collapsible=0;dropTarget=0;points=[[0,0.5],[1,0.5]];portConstraint=eastwest;top=0;left=0;right=0;bottom=0;" value="" vertex="1">
          <mxGeometry height="30" width="180" y="60" as="geometry" />
        </mxCell>
        <mxCell id="QxH2S9N-whfPdTWI1Ru4-7" parent="QxH2S9N-whfPdTWI1Ru4-6" style="shape=partialRectangle;connectable=0;fillColor=none;top=0;left=0;bottom=0;right=0;editable=1;overflow=hidden;whiteSpace=wrap;html=1;" value="" vertex="1">
          <mxGeometry height="30" width="30" as="geometry">
            <mxRectangle height="30" width="30" as="alternateBounds" />
          </mxGeometry>
        </mxCell>
        <mxCell id="QxH2S9N-whfPdTWI1Ru4-8" parent="QxH2S9N-whfPdTWI1Ru4-6" style="shape=partialRectangle;connectable=0;fillColor=none;top=0;left=0;bottom=0;right=0;align=left;spacingLeft=6;overflow=hidden;whiteSpace=wrap;html=1;" value="" vertex="1">
          <mxGeometry height="30" width="150" x="30" as="geometry">
            <mxRectangle height="30" width="150" as="alternateBounds" />
          </mxGeometry>
        </mxCell>
        <mxCell id="QxH2S9N-whfPdTWI1Ru4-9" parent="QxH2S9N-whfPdTWI1Ru4-2" style="shape=tableRow;horizontal=0;startSize=0;swimlaneHead=0;swimlaneBody=0;fillColor=none;collapsible=0;dropTarget=0;points=[[0,0.5],[1,0.5]];portConstraint=eastwest;top=0;left=0;right=0;bottom=0;" value="" vertex="1">
          <mxGeometry height="30" width="180" y="90" as="geometry" />
        </mxCell>
        <mxCell id="QxH2S9N-whfPdTWI1Ru4-10" parent="QxH2S9N-whfPdTWI1Ru4-9" style="shape=partialRectangle;connectable=0;fillColor=none;top=0;left=0;bottom=0;right=0;editable=1;overflow=hidden;whiteSpace=wrap;html=1;" value="" vertex="1">
          <mxGeometry height="30" width="30" as="geometry">
            <mxRectangle height="30" width="30" as="alternateBounds" />
          </mxGeometry>
        </mxCell>
        <mxCell id="QxH2S9N-whfPdTWI1Ru4-11" parent="QxH2S9N-whfPdTWI1Ru4-9" style="shape=partialRectangle;connectable=0;fillColor=none;top=0;left=0;bottom=0;right=0;align=left;spacingLeft=6;overflow=hidden;whiteSpace=wrap;html=1;" value="" vertex="1">
          <mxGeometry height="30" width="150" x="30" as="geometry">
            <mxRectangle height="30" width="150" as="alternateBounds" />
          </mxGeometry>
        </mxCell>
        <mxCell id="QxH2S9N-whfPdTWI1Ru4-15" parent="1" style="shape=table;startSize=30;container=1;collapsible=1;childLayout=tableLayout;fixedRows=1;rowLines=0;fontStyle=1;align=center;resizeLast=1;html=1;" value="ЛОГИСТ" vertex="1">
-           <mxGeometry height="120" width="180" x="1030" y="-20" as="geometry" />
+           <mxGeometry height="120" width="180" x="1030" y="20" as="geometry" />
        </mxCell>
        <mxCell id="QxH2S9N-whfPdTWI1Ru4-16" parent="QxH2S9N-whfPdTWI1Ru4-15" style="shape=tableRow;horizontal=0;startSize=0;swimlaneHead=0;swimlaneBody=0;fillColor=none;collapsible=0;dropTarget=0;points=[[0,0.5],[1,0.5]];portConstraint=eastwest;top=0;left=0;right=0;bottom=1;" value="" vertex="1">
          <mxGeometry height="30" width="180" y="30" as="geometry" />
        </mxCell>
        <mxCell id="QxH2S9N-whfPdTWI1Ru4-17" parent="QxH2S9N-whfPdTWI1Ru4-16" style="shape=partialRectangle;connectable=0;fillColor=none;top=0;left=0;bottom=0;right=0;fontStyle=1;overflow=hidden;whiteSpace=wrap;html=1;" value="PK" vertex="1">
          <mxGeometry height="30" width="30" as="geometry">
            <mxRectangle height="30" width="30" as="alternateBounds" />
          </mxGeometry>
        </mxCell>
        <mxCell id="QxH2S9N-whfPdTWI1Ru4-18" parent="QxH2S9N-whfPdTWI1Ru4-16" style="shape=partialRectangle;connectable=0;fillColor=none;top=0;left=0;bottom=0;right=0;align=left;spacingLeft=6;fontStyle=5;overflow=hidden;whiteSpace=wrap;html=1;" value="UniqueID" vertex="1">
          <mxGeometry height="30" width="150" x="30" as="geometry">
            <mxRectangle height="30" width="150" as="alternateBounds" />
          </mxGeometry>
        </mxCell>
        <mxCell id="QxH2S9N-whfPdTWI1Ru4-19" parent="QxH2S9N-whfPdTWI1Ru4-15" style="shape=tableRow;horizontal=0;startSize=0;swimlaneHead=0;swimlaneBody=0;fillColor=none;collapsible=0;dropTarget=0;points=[[0,0.5],[1,0.5]];portConstraint=eastwest;top=0;left=0;right=0;bottom=0;" value="" vertex="1">
          <mxGeometry height="30" width="180" y="60" as="geometry" />
        </mxCell>
        <mxCell id="QxH2S9N-whfPdTWI1Ru4-20" parent="QxH2S9N-whfPdTWI1Ru4-19" style="shape=partialRectangle;connectable=0;fillColor=none;top=0;left=0;bottom=0;right=0;editable=1;overflow=hidden;whiteSpace=wrap;html=1;" value="" vertex="1">
          <mxGeometry height="30" width="30" as="geometry">
            <mxRectangle height="30" width="30" as="alternateBounds" />
          </mxGeometry>
        </mxCell>
        <mxCell id="QxH2S9N-whfPdTWI1Ru4-21" parent="QxH2S9N-whfPdTWI1Ru4-19" style="shape=partialRectangle;connectable=0;fillColor=none;top=0;left=0;bottom=0;right=0;align=left;spacingLeft=6;overflow=hidden;whiteSpace=wrap;html=1;" value="" vertex="1">
          <mxGeometry height="30" width="150" x="30" as="geometry">
            <mxRectangle height="30" width="150" as="alternateBounds" />
          </mxGeometry>
        </mxCell>
        <mxCell id="QxH2S9N-whfPdTWI1Ru4-25" parent="QxH2S9N-whfPdTWI1Ru4-15" style="shape=tableRow;horizontal=0;startSize=0;swimlaneHead=0;swimlaneBody=0;fillColor=none;collapsible=0;dropTarget=0;points=[[0,0.5],[1,0.5]];portConstraint=eastwest;top=0;left=0;right=0;bottom=0;" value="" vertex="1">
          <mxGeometry height="30" width="180" y="90" as="geometry" />
        </mxCell>
        <mxCell id="QxH2S9N-whfPdTWI1Ru4-26" parent="QxH2S9N-whfPdTWI1Ru4-25" style="shape=partialRectangle;connectable=0;fillColor=none;top=0;left=0;bottom=0;right=0;editable=1;overflow=hidden;whiteSpace=wrap;html=1;" value="" vertex="1">
          <mxGeometry height="30" width="30" as="geometry">
            <mxRectangle height="30" width="30" as="alternateBounds" />
          </mxGeometry>
        </mxCell>
        <mxCell id="QxH2S9N-whfPdTWI1Ru4-27" parent="QxH2S9N-whfPdTWI1Ru4-25" style="shape=partialRectangle;connectable=0;fillColor=none;top=0;left=0;bottom=0;right=0;align=left;spacingLeft=6;overflow=hidden;whiteSpace=wrap;html=1;" value="" vertex="1">
          <mxGeometry height="30" width="150" x="30" as="geometry">
            <mxRectangle height="30" width="150" as="alternateBounds" />
          </mxGeometry>
        </mxCell>
        <mxCell id="QxH2S9N-whfPdTWI1Ru4-28" parent="1" style="shape=table;startSize=30;container=1;collapsible=1;childLayout=tableLayout;fixedRows=1;rowLines=0;fontStyle=1;align=center;resizeLast=1;html=1;" value="ДОКУМЕНТЫ" vertex="1">
-           <mxGeometry height="120" width="180" x="1340" y="40" as="geometry" />
+           <mxGeometry height="120" width="180" x="1330" y="60" as="geometry" />
        </mxCell>
        <mxCell id="QxH2S9N-whfPdTWI1Ru4-29" parent="QxH2S9N-whfPdTWI1Ru4-28" style="shape=tableRow;horizontal=0;startSize=0;swimlaneHead=0;swimlaneBody=0;fillColor=none;collapsible=0;dropTarget=0;points=[[0,0.5],[1,0.5]];portConstraint=eastwest;top=0;left=0;right=0;bottom=1;" value="" vertex="1">
          <mxGeometry height="30" width="180" y="30" as="geometry" />
        </mxCell>
        <mxCell id="QxH2S9N-whfPdTWI1Ru4-30" parent="QxH2S9N-whfPdTWI1Ru4-29" style="shape=partialRectangle;connectable=0;fillColor=none;top=0;left=0;bottom=0;right=0;fontStyle=1;overflow=hidden;whiteSpace=wrap;html=1;" value="PK" vertex="1">
          <mxGeometry height="30" width="30" as="geometry">
            <mxRectangle height="30" width="30" as="alternateBounds" />
          </mxGeometry>
        </mxCell>
        <mxCell id="QxH2S9N-whfPdTWI1Ru4-31" parent="QxH2S9N-whfPdTWI1Ru4-29" style="shape=partialRectangle;connectable=0;fillColor=none;top=0;left=0;bottom=0;right=0;align=left;spacingLeft=6;fontStyle=5;overflow=hidden;whiteSpace=wrap;html=1;" value="documentID" vertex="1">
          <mxGeometry height="30" width="150" x="30" as="geometry">
            <mxRectangle height="30" width="150" as="alternateBounds" />
          </mxGeometry>
        </mxCell>
        <mxCell id="QxH2S9N-whfPdTWI1Ru4-32" parent="QxH2S9N-whfPdTWI1Ru4-28" style="shape=tableRow;horizontal=0;startSize=0;swimlaneHead=0;swimlaneBody=0;fillColor=none;collapsible=0;dropTarget=0;points=[[0,0.5],[1,0.5]];portConstraint=eastwest;top=0;left=0;right=0;bottom=0;" value="" vertex="1">
          <mxGeometry height="30" width="180" y="60" as="geometry" />
        </mxCell>
        <mxCell id="QxH2S9N-whfPdTWI1Ru4-33" parent="QxH2S9N-whfPdTWI1Ru4-32" style="shape=partialRectangle;connectable=0;fillColor=none;top=0;left=0;bottom=0;right=0;editable=1;overflow=hidden;whiteSpace=wrap;html=1;" value="" vertex="1">
          <mxGeometry height="30" width="30" as="geometry">
            <mxRectangle height="30" width="30" as="alternateBounds" />
          </mxGeometry>
        </mxCell>
        <mxCell id="QxH2S9N-whfPdTWI1Ru4-34" parent="QxH2S9N-whfPdTWI1Ru4-32" style="shape=partialRectangle;connectable=0;fillColor=none;top=0;left=0;bottom=0;right=0;align=left;spacingLeft=6;overflow=hidden;whiteSpace=wrap;html=1;" value="" vertex="1">
          <mxGeometry height="30" width="150" x="30" as="geometry">
            <mxRectangle height="30" width="150" as="alternateBounds" />
          </mxGeometry>
        </mxCell>
        <mxCell id="QxH2S9N-whfPdTWI1Ru4-35" parent="QxH2S9N-whfPdTWI1Ru4-28" style="shape=tableRow;horizontal=0;startSize=0;swimlaneHead=0;swimlaneBody=0;fillColor=none;collapsible=0;dropTarget=0;points=[[0,0.5],[1,0.5]];portConstraint=eastwest;top=0;left=0;right=0;bottom=0;" value="" vertex="1">
          <mxGeometry height="30" width="180" y="90" as="geometry" />
        </mxCell>
        <mxCell id="QxH2S9N-whfPdTWI1Ru4-36" parent="QxH2S9N-whfPdTWI1Ru4-35" style="shape=partialRectangle;connectable=0;fillColor=none;top=0;left=0;bottom=0;right=0;editable=1;overflow=hidden;whiteSpace=wrap;html=1;" value="" vertex="1">
          <mxGeometry height="30" width="30" as="geometry">
            <mxRectangle height="30" width="30" as="alternateBounds" />
          </mxGeometry>
        </mxCell>
        <mxCell id="QxH2S9N-whfPdTWI1Ru4-37" parent="QxH2S9N-whfPdTWI1Ru4-35" style="shape=partialRectangle;connectable=0;fillColor=none;top=0;left=0;bottom=0;right=0;align=left;spacingLeft=6;overflow=hidden;whiteSpace=wrap;html=1;" value="" vertex="1">
          <mxGeometry height="30" width="150" x="30" as="geometry">
            <mxRectangle height="30" width="150" as="alternateBounds" />
          </mxGeometry>
        </mxCell>
        <mxCell id="QxH2S9N-whfPdTWI1Ru4-44" edge="1" parent="1" source="3OCup9Mj8i4Q2o5QPUCX-2" style="edgeStyle=entityRelationEdgeStyle;fontSize=12;html=1;endArrow=ERoneToMany;rounded=0;exitX=1;exitY=0.5;exitDx=0;exitDy=0;entryX=0;entryY=0.5;entryDx=0;entryDy=0;" target="3OCup9Mj8i4Q2o5QPUCX-15" value="">
          <mxGeometry height="100" relative="1" width="100" as="geometry">
-             <mxPoint x="1030" y="340" as="sourcePoint" />
-             <mxPoint x="1130" y="240" as="targetPoint" />
+             <mxPoint x="1030" y="360" as="sourcePoint" />
+             <mxPoint x="1130" y="260" as="targetPoint" />
          </mxGeometry>
        </mxCell>
        <mxCell id="QxH2S9N-whfPdTWI1Ru4-46" edge="1" parent="1" source="3OCup9Mj8i4Q2o5QPUCX-67" style="edgeStyle=entityRelationEdgeStyle;fontSize=12;html=1;endArrow=ERoneToMany;rounded=0;entryX=1;entryY=0.5;entryDx=0;entryDy=0;exitX=1;exitY=0.5;exitDx=0;exitDy=0;" target="3OCup9Mj8i4Q2o5QPUCX-15" value="">
          <mxGeometry height="100" relative="1" width="100" as="geometry">
-             <mxPoint x="920" y="360" as="sourcePoint" />
-             <mxPoint x="1020" y="260" as="targetPoint" />
+             <mxPoint x="920" y="380" as="sourcePoint" />
+             <mxPoint x="1020" y="280" as="targetPoint" />
          </mxGeometry>
        </mxCell>
        <mxCell id="QxH2S9N-whfPdTWI1Ru4-48" edge="1" parent="1" source="3OCup9Mj8i4Q2o5QPUCX-24" style="edgeStyle=entityRelationEdgeStyle;fontSize=12;html=1;endArrow=ERoneToMany;rounded=0;exitX=1;exitY=0.5;exitDx=0;exitDy=0;" target="3OCup9Mj8i4Q2o5QPUCX-28" value="">
          <mxGeometry height="100" relative="1" width="100" as="geometry">
-             <mxPoint x="1030" y="340" as="sourcePoint" />
-             <mxPoint x="1130" y="240" as="targetPoint" />
-           </mxGeometry>
-         </mxCell>
-         <mxCell id="QxH2S9N-whfPdTWI1Ru4-49" edge="1" parent="1" style="edgeStyle=entityRelationEdgeStyle;fontSize=12;html=1;endArrow=ERoneToMany;rounded=0;exitX=1;exitY=0.5;exitDx=0;exitDy=0;entryX=0;entryY=0.5;entryDx=0;entryDy=0;" value="">
-           <mxGeometry height="100" relative="1" width="100" as="geometry">
-             <mxPoint x="960" y="480" as="sourcePoint" />
-             <mxPoint x="1060" y="450" as="targetPoint" />
-           </mxGeometry>
-         </mxCell>
-         <mxCell id="QxH2S9N-whfPdTWI1Ru4-50" edge="1" parent="1" source="3OCup9Mj8i4Q2o5QPUCX-18" style="edgeStyle=entityRelationEdgeStyle;fontSize=12;html=1;endArrow=ERoneToMany;rounded=0;exitX=1.019;exitY=0.728;exitDx=0;exitDy=0;exitPerimeter=0;" target="3OCup9Mj8i4Q2o5QPUCX-41" value="">
-           <mxGeometry height="100" relative="1" width="100" as="geometry">
-             <mxPoint x="1030" y="340" as="sourcePoint" />
-             <mxPoint x="1130" y="240" as="targetPoint" />
+             <mxPoint x="1030" y="360" as="sourcePoint" />
+             <mxPoint x="1130" y="260" as="targetPoint" />
+           </mxGeometry>
+         </mxCell>
+         <mxCell id="QxH2S9N-whfPdTWI1Ru4-49" edge="1" parent="1" source="3OCup9Mj8i4Q2o5QPUCX-34" style="edgeStyle=entityRelationEdgeStyle;fontSize=12;html=1;endArrow=ERoneToMany;rounded=0;exitX=0.998;exitY=0.316;exitDx=0;exitDy=0;entryX=0;entryY=0.5;entryDx=0;entryDy=0;exitPerimeter=0;" value="">
+           <mxGeometry height="100" relative="1" width="100" as="geometry">
+             <mxPoint x="970" y="500" as="sourcePoint" />
+             <mxPoint x="1070" y="470" as="targetPoint" />
          </mxGeometry>
        </mxCell>
        <mxCell id="QxH2S9N-whfPdTWI1Ru4-51" edge="1" parent="1" source="3OCup9Mj8i4Q2o5QPUCX-54" style="edgeStyle=entityRelationEdgeStyle;fontSize=12;html=1;endArrow=ERoneToMany;rounded=0;entryX=1.011;entryY=0.728;entryDx=0;entryDy=0;exitX=0;exitY=0.5;exitDx=0;exitDy=0;entryPerimeter=0;" target="3OCup9Mj8i4Q2o5QPUCX-44" value="">
          <mxGeometry height="100" relative="1" width="100" as="geometry">
-             <mxPoint x="1030" y="340" as="sourcePoint" />
-             <mxPoint x="1130" y="240" as="targetPoint" />
+             <mxPoint x="1030" y="360" as="sourcePoint" />
+             <mxPoint x="1130" y="260" as="targetPoint" />
          </mxGeometry>
        </mxCell>
        <mxCell id="QxH2S9N-whfPdTWI1Ru4-52" edge="1" parent="1" source="QxH2S9N-whfPdTWI1Ru4-25" style="edgeStyle=orthogonalEdgeStyle;fontSize=12;html=1;endArrow=ERoneToMany;rounded=0;" target="3OCup9Mj8i4Q2o5QPUCX-40" value="">
          <mxGeometry height="100" relative="1" width="100" as="geometry">
            <Array as="points">
-               <mxPoint x="1050" y="220" />
+               <mxPoint x="1050" y="240" />
            </Array>
-             <mxPoint x="1030" y="340" as="sourcePoint" />
-             <mxPoint x="1130" y="240" as="targetPoint" />
+             <mxPoint x="1030" y="360" as="sourcePoint" />
+             <mxPoint x="1130" y="260" as="targetPoint" />
          </mxGeometry>
        </mxCell>
        <mxCell id="QxH2S9N-whfPdTWI1Ru4-53" edge="1" parent="1" source="3OCup9Mj8i4Q2o5QPUCX-44" style="edgeStyle=orthogonalEdgeStyle;fontSize=12;html=1;endArrow=ERoneToMany;rounded=0;exitX=1;exitY=0.5;exitDx=0;exitDy=0;entryX=0;entryY=0.5;entryDx=0;entryDy=0;" target="QxH2S9N-whfPdTWI1Ru4-32" value="">
          <mxGeometry height="100" relative="1" width="100" as="geometry">
            <Array as="points">
-               <mxPoint x="1250" y="220" />
-               <mxPoint x="1295" y="220" />
-               <mxPoint x="1295" y="115" />
+               <mxPoint x="1250" y="240" />
+               <mxPoint x="1295" y="240" />
+               <mxPoint x="1295" y="135" />
            </Array>
-             <mxPoint x="1030" y="340" as="sourcePoint" />
-             <mxPoint x="1310" y="20" as="targetPoint" />
+             <mxPoint x="1030" y="360" as="sourcePoint" />
+             <mxPoint x="1310" y="40" as="targetPoint" />
+           </mxGeometry>
+         </mxCell>
+         <mxCell id="UkWT6WnGBP7Kp5KejFi3-1" edge="1" parent="1" source="3OCup9Mj8i4Q2o5QPUCX-14" style="edgeStyle=entityRelationEdgeStyle;fontSize=12;html=1;endArrow=ERmandOne;startArrow=ERmandOne;rounded=0;exitX=0.998;exitY=0.178;exitDx=0;exitDy=0;exitPerimeter=0;entryX=0;entryY=0.5;entryDx=0;entryDy=0;" target="3OCup9Mj8i4Q2o5QPUCX-44" value="">
+           <mxGeometry height="100" relative="1" width="100" as="geometry">
+             <mxPoint x="1080" y="330" as="sourcePoint" />
+             <mxPoint x="1180" y="230" as="targetPoint" />
          </mxGeometry>
        </mxCell>
      </root>
    </mxGraphModel>
  </diagram>
</mxfile>
